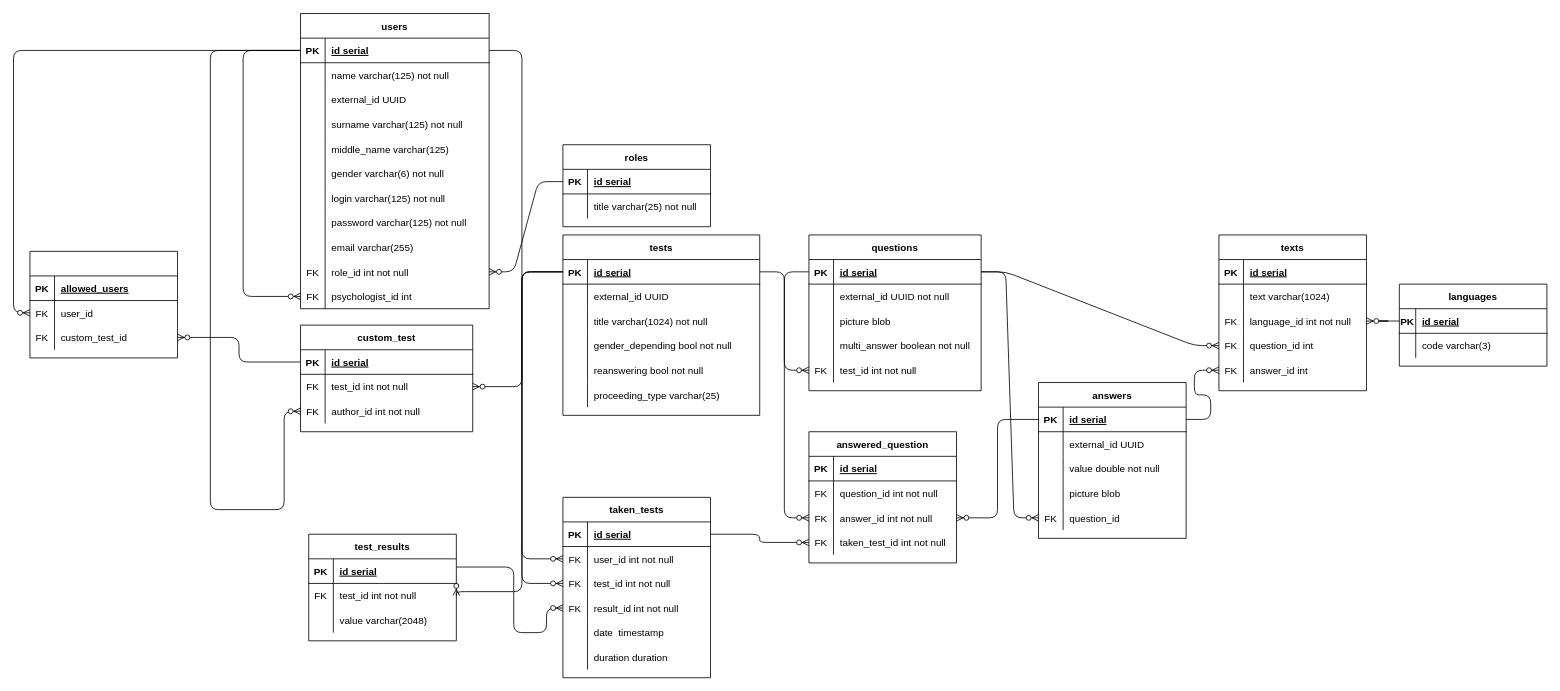
Above: diagrams/db-structure.drawio in carakazov/mobile-psycho-multy-test-app (draw.io), before the change. Source tidied: cells renumbered, new cells numbered last; positions are measured from the earlier drawing's top-left corner, leaving out a move shared by most shapes. Both pictures are drawn from the tidied source at 82%, with x=0, y=0 at pixel (30, 13).
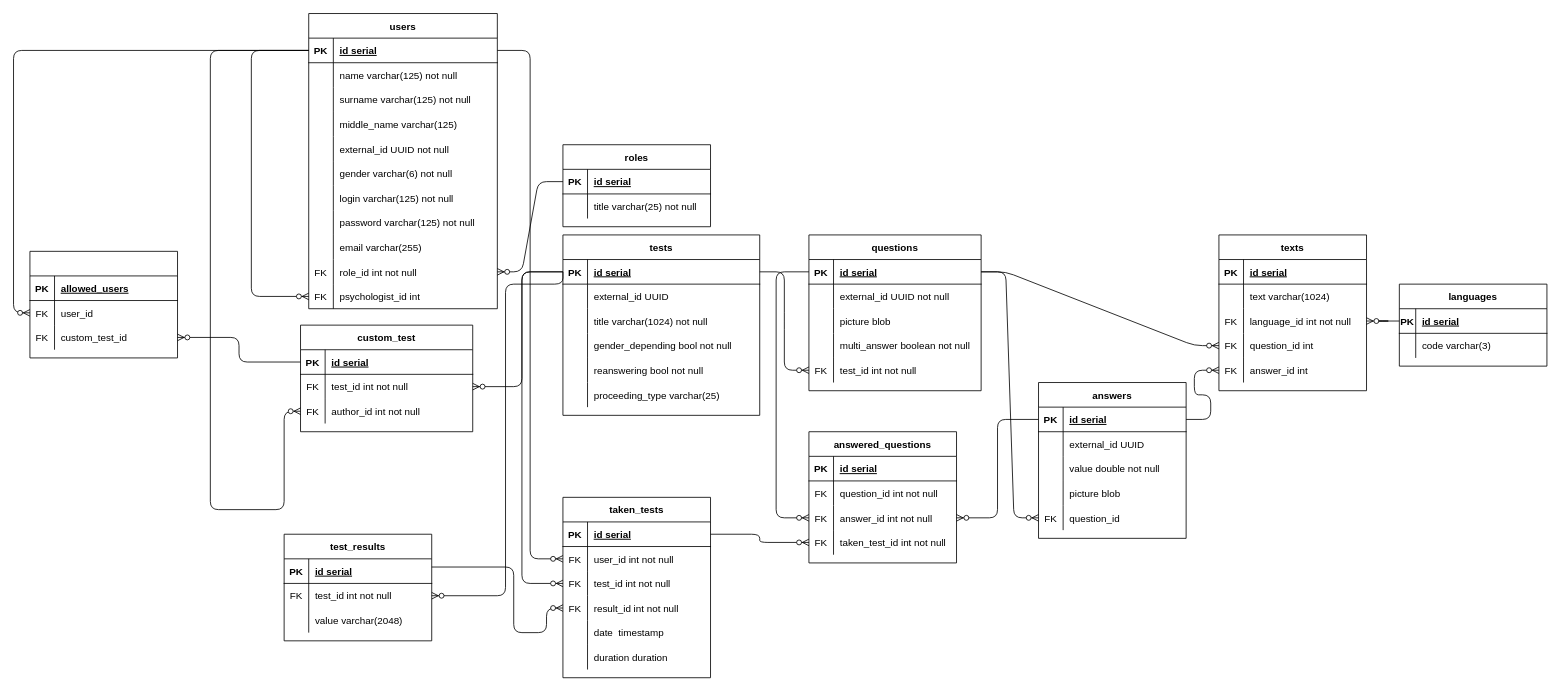
The same page after the edit.

The change refers to these unchanged cells:
```xml
<mxCell id="11" style="shape=partialRectangle;fillColor=none;top=0;left=0;bottom=1;right=0;points=[[0,0.5],[1,0.5]];portConstraint=eastwest;" parent="9" vertex="1">
  <mxGeometry y="30" width="230" height="30" as="geometry" />
</mxCell>
<mxCell id="46" style="shape=partialRectangle;fillColor=none;top=0;left=0;bottom=1;right=0;points=[[0,0.5],[1,0.5]];portConstraint=eastwest;" parent="45" vertex="1">
  <mxGeometry y="30" width="240" height="30" as="geometry" />
</mxCell>
<mxCell id="77" style="shape=partialRectangle;fillColor=none;top=0;left=0;bottom=1;right=0;points=[[0,0.5],[1,0.5]];portConstraint=eastwest;" parent="76" vertex="1">
  <mxGeometry y="30" width="210" height="30" as="geometry" />
</mxCell>
<mxCell id="140" style="shape=partialRectangle;fillColor=none;top=0;left=0;bottom=0;right=0;points=[[0,0.5],[1,0.5]];portConstraint=eastwest;" parent="136" vertex="1">
  <mxGeometry y="60" width="180" height="30" as="geometry" />
</mxCell>
<mxCell id="162" style="shape=partialRectangle;fillColor=none;top=0;left=0;bottom=0;right=0;points=[[0,0.5],[1,0.5]];portConstraint=eastwest;" parent="155" vertex="1">
  <mxGeometry y="90" width="180" height="30" as="geometry" />
</mxCell>
<mxCell id="176" style="shape=partialRectangle;fillColor=none;top=0;left=0;bottom=0;right=0;points=[[0,0.5],[1,0.5]];portConstraint=eastwest;" parent="172" vertex="1">
  <mxGeometry y="60" width="180" height="30" as="geometry" />
</mxCell>
```

Diff of the diagram source:
```diff
@@
     <mxCell id="9" value="users" style="shape=table;startSize=30;childLayout=tableLayout;rowLines=0;fontStyle=1;align=center;" parent="1" vertex="1">
-      <mxGeometry x="330" width="230" height="360" as="geometry" />
+      <mxGeometry x="340" width="230" height="360" as="geometry" />
     </mxCell>
@@
-    <mxCell id="17" style="shape=partialRectangle;fillColor=none;top=0;left=0;bottom=0;right=0;" parent="9" vertex="1">
-      <mxGeometry y="90" width="230" height="30" as="geometry" />
-    </mxCell>
-    <mxCell id="18" style="shape=partialRectangle;fillColor=none;top=0;left=0;bottom=0;right=0;overflow=hidden;" parent="17" vertex="1">
-      <mxGeometry width="30" height="30" as="geometry" />
-    </mxCell>
-    <mxCell id="19" value="external_id UUID" style="shape=partialRectangle;fillColor=none;top=0;left=0;bottom=0;right=0;align=left;spacingLeft=6;overflow=hidden;" parent="17" vertex="1">
-      <mxGeometry x="30" width="200" height="30" as="geometry" />
-    </mxCell>
     <mxCell id="20" style="shape=partialRectangle;fillColor=none;top=0;left=0;bottom=0;right=0;" parent="9" vertex="1">
-      <mxGeometry y="120" width="230" height="30" as="geometry" />
+      <mxGeometry y="90" width="230" height="30" as="geometry" />
     </mxCell>
@@
     <mxCell id="23" style="shape=partialRectangle;fillColor=none;top=0;left=0;bottom=0;right=0;" parent="9" vertex="1">
-      <mxGeometry y="150" width="230" height="30" as="geometry" />
+      <mxGeometry y="120" width="230" height="30" as="geometry" />
     </mxCell>
@@
+    <mxCell id="17" style="shape=partialRectangle;fillColor=none;top=0;left=0;bottom=0;right=0;" parent="9" vertex="1">
+      <mxGeometry y="150" width="230" height="30" as="geometry" />
+    </mxCell>
+    <mxCell id="18" style="shape=partialRectangle;fillColor=none;top=0;left=0;bottom=0;right=0;overflow=hidden;" parent="17" vertex="1">
+      <mxGeometry width="30" height="30" as="geometry" />
+    </mxCell>
+    <mxCell id="19" value="external_id UUID not null" style="shape=partialRectangle;fillColor=none;top=0;left=0;bottom=0;right=0;align=left;spacingLeft=6;overflow=hidden;" parent="17" vertex="1">
+      <mxGeometry x="30" width="200" height="30" as="geometry" />
+    </mxCell>
@@
-    <mxCell id="155" value="answered_question" style="shape=table;startSize=30;childLayout=tableLayout;rowLines=0;fontStyle=1;align=center;" parent="1" vertex="1">
+    <mxCell id="155" value="answered_questions" style="shape=table;startSize=30;childLayout=tableLayout;rowLines=0;fontStyle=1;align=center;" parent="1" vertex="1">
       <mxGeometry x="950" y="510" width="180" height="160" as="geometry" />
     </mxCell>
@@
     <mxCell id="168" style="edgeStyle=orthogonalEdgeStyle;rounded=1;jettySize=auto;html=1;exitX=0;exitY=0.5;exitDx=0;exitDy=0;endArrow=ERzeroToMany;endFill=1;entryX=0;entryY=0.5;entryDx=0;entryDy=0;" parent="1" edge="1" source="77" target="162">
       <mxGeometry relative="1" as="geometry">
         <Array as="points">
-          <mxPoint x="920" y="315" />
-          <mxPoint x="920" y="615" />
+          <mxPoint x="910" y="315" />
+          <mxPoint x="910" y="615" />
         </Array>
       </mxGeometry>
     </mxCell>
@@
     <mxCell id="171" style="edgeStyle=orthogonalEdgeStyle;rounded=1;jettySize=auto;html=1;exitX=1;exitY=0.5;exitDx=0;exitDy=0;entryX=0;entryY=0.5;entryDx=0;entryDy=0;endArrow=ERzeroToMany;endFill=1;" parent="1" edge="1" source="11" target="140">
       <mxGeometry relative="1" as="geometry">
         <Array as="points">
-          <mxPoint x="600" y="45" />
-          <mxPoint x="600" y="665" />
+          <mxPoint x="610" y="45" />
+          <mxPoint x="610" y="665" />
         </Array>
       </mxGeometry>
     </mxCell>
     <mxCell id="172" value="test_results" style="shape=table;startSize=30;childLayout=tableLayout;rowLines=0;fontStyle=1;align=center;" parent="1" vertex="1">
-      <mxGeometry x="340" y="635" width="180" height="130" as="geometry" />
+      <mxGeometry x="310" y="635" width="180" height="130" as="geometry" />
     </mxCell>
@@
     <mxCell id="182" style="edgeStyle=orthogonalEdgeStyle;rounded=1;jettySize=auto;html=1;exitX=0;exitY=0.5;exitDx=0;exitDy=0;entryX=1;entryY=0.5;entryDx=0;entryDy=0;endArrow=ERzeroToMany;endFill=1;" parent="1" edge="1" source="46" target="176">
       <mxGeometry relative="1" as="geometry">
         <Array as="points">
-          <mxPoint x="600" y="315" />
-          <mxPoint x="600" y="705" />
+          <mxPoint x="650" y="330" />
+          <mxPoint x="580" y="330" />
+          <mxPoint x="580" y="710" />
         </Array>
       </mxGeometry>
     </mxCell>
```
